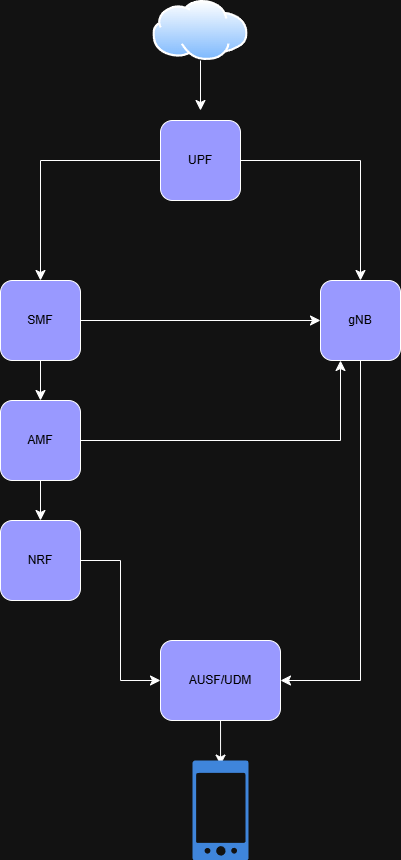
The draw.io diagram docs/images/oai_5g_architecture.png in LRT-LIGM/OAI-Private-Network, before a commit. Source tidied: cells renumbered, new cells last; positions are measured from the earlier drawing's top-left corner, leaving out a move shared by most shapes.
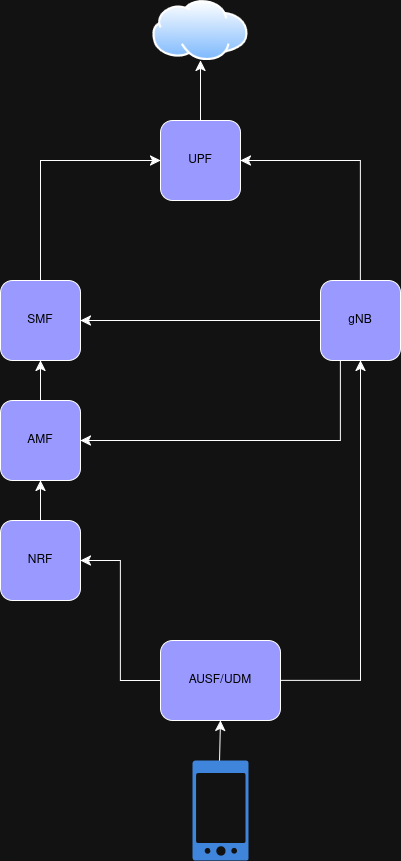
Above is the later version.

Commit message:
Correction depuis 2e machine : mise à jour archi

Change to the diagram source:
```diff
@@ -2,51 +2,49 @@
   <root>
     <mxCell id="0" />
     <mxCell id="1" parent="0" />
-    <mxCell id="2" style="edgeStyle=none;curved=1;rounded=0;jettySize=auto;html=1;fontSize=12;startSize=8;endSize=8;exitX=0.5;exitY=1;exitDx=0;exitDy=0;" parent="1" edge="1" source="18">
-      <mxGeometry relative="1" as="geometry">
-        <mxPoint x="200" y="110" as="targetPoint" />
-      </mxGeometry>
+    <mxCell id="2" style="edgeStyle=none;curved=1;rounded=0;jettySize=auto;html=1;fontSize=12;startSize=8;endSize=8;entryX=0.5;entryY=1;entryDx=0;entryDy=0;exitX=0.5;exitY=0;exitDx=0;exitDy=0;" parent="1" edge="1" source="5" target="18">
+      <mxGeometry relative="1" as="geometry" />
     </mxCell>
-    <mxCell id="3" style="edgeStyle=orthogonalEdgeStyle;rounded=0;jettySize=auto;html=1;entryX=0.5;entryY=0;entryDx=0;entryDy=0;fontSize=12;startSize=8;endSize=8;" parent="1" edge="1" source="5" target="8">
+    <mxCell id="3" style="edgeStyle=orthogonalEdgeStyle;rounded=0;jettySize=auto;html=1;entryX=0;entryY=0.5;entryDx=0;entryDy=0;fontSize=12;startSize=8;endSize=8;exitX=0.5;exitY=0;exitDx=0;exitDy=0;" parent="1" edge="1" source="8" target="5">
       <mxGeometry relative="1" as="geometry" />
     </mxCell>
-    <mxCell id="4" style="edgeStyle=orthogonalEdgeStyle;rounded=0;jettySize=auto;html=1;entryX=0.5;entryY=0;entryDx=0;entryDy=0;fontSize=12;startSize=8;endSize=8;" parent="1" edge="1" source="5" target="15">
+    <mxCell id="4" style="edgeStyle=orthogonalEdgeStyle;rounded=0;jettySize=auto;html=1;entryX=1;entryY=0.5;entryDx=0;entryDy=0;fontSize=12;startSize=8;endSize=8;exitX=0.5;exitY=0;exitDx=0;exitDy=0;" parent="1" edge="1" source="15" target="5">
       <mxGeometry relative="1" as="geometry" />
     </mxCell>
     <mxCell id="5" value="&lt;span style=&quot;color: light-dark(rgb(0, 0, 0), rgb(0, 0, 0));&quot;&gt;UPF&lt;/span&gt;" style="rounded=1;whiteSpace=wrap;html=1;fillColor=light-dark(#FFFFFF,#9999FF);" parent="1" vertex="1">
       <mxGeometry x="160" y="120" width="80" height="80" as="geometry" />
     </mxCell>
-    <mxCell id="6" style="edgeStyle=none;curved=1;rounded=0;jettySize=auto;html=1;fontSize=12;startSize=8;endSize=8;" parent="1" edge="1" source="8" target="11">
+    <mxCell id="6" style="edgeStyle=none;curved=1;rounded=0;jettySize=auto;html=1;fontSize=12;startSize=8;endSize=8;entryX=0.5;entryY=1;entryDx=0;entryDy=0;exitX=0.5;exitY=0;exitDx=0;exitDy=0;" parent="1" edge="1" source="11" target="8">
       <mxGeometry relative="1" as="geometry" />
     </mxCell>
-    <mxCell id="7" style="edgeStyle=none;curved=1;rounded=0;jettySize=auto;html=1;entryX=0;entryY=0.5;entryDx=0;entryDy=0;fontSize=12;startSize=8;endSize=8;" parent="1" edge="1" source="8" target="15">
+    <mxCell id="7" style="edgeStyle=none;curved=1;rounded=0;jettySize=auto;html=1;fontSize=12;startSize=8;endSize=8;exitX=0;exitY=0.5;exitDx=0;exitDy=0;entryX=1;entryY=0.5;entryDx=0;entryDy=0;" parent="1" edge="1" source="15" target="8">
       <mxGeometry relative="1" as="geometry" />
     </mxCell>
     <mxCell id="8" value="&lt;span style=&quot;color: light-dark(rgb(0, 0, 0), rgb(0, 0, 0));&quot;&gt;SMF&lt;/span&gt;" style="rounded=1;whiteSpace=wrap;html=1;fillColor=light-dark(#FFFFFF,#9999FF);" parent="1" vertex="1">
       <mxGeometry y="280" width="80" height="80" as="geometry" />
     </mxCell>
-    <mxCell id="9" style="edgeStyle=none;curved=1;rounded=0;jettySize=auto;html=1;entryX=0.5;entryY=0;entryDx=0;entryDy=0;fontSize=12;startSize=8;endSize=8;" parent="1" edge="1" source="11" target="13">
+    <mxCell id="9" style="edgeStyle=none;curved=1;rounded=0;jettySize=auto;html=1;entryX=0.5;entryY=1;entryDx=0;entryDy=0;fontSize=12;startSize=8;endSize=8;exitX=0.5;exitY=0;exitDx=0;exitDy=0;" parent="1" edge="1" source="13" target="11">
       <mxGeometry relative="1" as="geometry" />
     </mxCell>
-    <mxCell id="10" style="edgeStyle=orthogonalEdgeStyle;rounded=0;jettySize=auto;html=1;entryX=0.25;entryY=1;entryDx=0;entryDy=0;fontSize=12;startSize=8;endSize=8;" parent="1" edge="1" source="11" target="15">
+    <mxCell id="10" style="edgeStyle=orthogonalEdgeStyle;rounded=0;jettySize=auto;html=1;fontSize=12;startSize=8;endSize=8;exitX=0.25;exitY=1;exitDx=0;exitDy=0;entryX=1;entryY=0.5;entryDx=0;entryDy=0;" parent="1" edge="1" source="15" target="11">
       <mxGeometry relative="1" as="geometry" />
     </mxCell>
     <mxCell id="11" value="&lt;span style=&quot;color: light-dark(rgb(0, 0, 0), rgb(0, 0, 0));&quot;&gt;AMF&lt;/span&gt;" style="rounded=1;whiteSpace=wrap;html=1;fillColor=light-dark(#FFFFFF,#9999FF);" parent="1" vertex="1">
       <mxGeometry y="400" width="80" height="80" as="geometry" />
     </mxCell>
-    <mxCell id="12" style="edgeStyle=orthogonalEdgeStyle;rounded=0;jettySize=auto;html=1;entryX=0;entryY=0.5;entryDx=0;entryDy=0;fontSize=12;startSize=8;endSize=8;" parent="1" edge="1" source="13" target="17">
+    <mxCell id="12" style="edgeStyle=orthogonalEdgeStyle;rounded=0;jettySize=auto;html=1;fontSize=12;startSize=8;endSize=8;entryX=1;entryY=0.5;entryDx=0;entryDy=0;exitX=0;exitY=0.5;exitDx=0;exitDy=0;" parent="1" edge="1" source="17" target="13">
       <mxGeometry relative="1" as="geometry" />
     </mxCell>
     <mxCell id="13" value="&lt;span style=&quot;color: light-dark(rgb(0, 0, 0), rgb(0, 0, 0));&quot;&gt;NRF&lt;/span&gt;" style="rounded=1;whiteSpace=wrap;html=1;fillColor=light-dark(#FFFFFF,#9999FF);" parent="1" vertex="1">
       <mxGeometry y="520" width="80" height="80" as="geometry" />
     </mxCell>
-    <mxCell id="14" style="edgeStyle=orthogonalEdgeStyle;rounded=0;jettySize=auto;html=1;entryX=1;entryY=0.5;entryDx=0;entryDy=0;fontSize=12;startSize=8;endSize=8;exitX=0.5;exitY=1;exitDx=0;exitDy=0;" parent="1" edge="1" source="15" target="17">
+    <mxCell id="14" style="edgeStyle=orthogonalEdgeStyle;rounded=0;jettySize=auto;html=1;entryX=0.5;entryY=1;entryDx=0;entryDy=0;fontSize=12;startSize=8;endSize=8;exitX=1;exitY=0.5;exitDx=0;exitDy=0;" parent="1" edge="1" source="17" target="15">
       <mxGeometry relative="1" as="geometry" />
     </mxCell>
     <mxCell id="15" value="&lt;span style=&quot;color: light-dark(rgb(0, 0, 0), rgb(0, 0, 0));&quot;&gt;gNB&lt;/span&gt;" style="rounded=1;whiteSpace=wrap;html=1;fillColor=light-dark(#FFFFFF,#9999FF);" parent="1" vertex="1">
       <mxGeometry x="320" y="280" width="80" height="80" as="geometry" />
     </mxCell>
-    <mxCell id="16" style="edgeStyle=none;curved=1;rounded=0;jettySize=auto;html=1;fontSize=12;startSize=8;endSize=8;entryX=0.501;entryY=0.046;entryDx=0;entryDy=0;entryPerimeter=0;" parent="1" edge="1" source="17" target="19">
+    <mxCell id="16" style="edgeStyle=none;curved=1;rounded=0;jettySize=auto;html=1;fontSize=12;startSize=8;endSize=8;entryX=0.5;entryY=1;entryDx=0;entryDy=0;exitX=0.482;exitY=0.02;exitDx=0;exitDy=0;exitPerimeter=0;" parent="1" edge="1" source="19" target="17">
       <mxGeometry relative="1" as="geometry" />
     </mxCell>
     <mxCell id="17" value="&lt;span style=&quot;color: light-dark(rgb(0, 0, 0), rgb(0, 0, 0));&quot;&gt;AUSF/UDM&lt;/span&gt;" style="rounded=1;whiteSpace=wrap;html=1;fillColor=light-dark(#FFFFFF,#9999FF);" parent="1" vertex="1">
```
